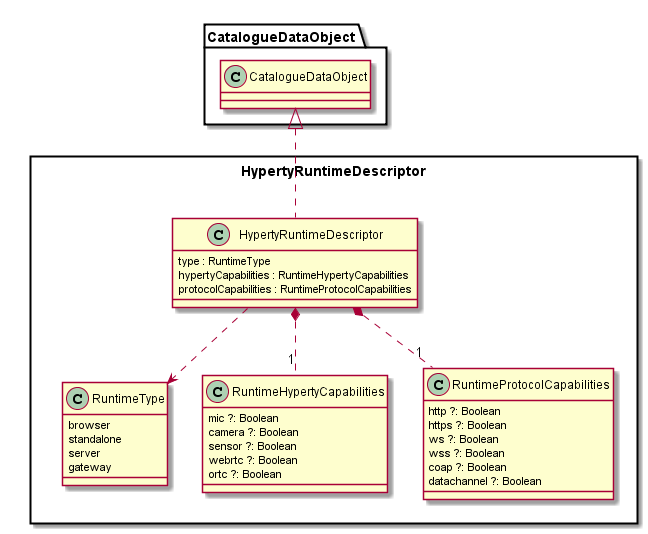
reTHINK-project/dev-service-framework keeps this PlantUML diagram as docs/datamodel/Hyperty-Runtime-Descriptor-Data-Object-Model.png. Above is the earlier version.
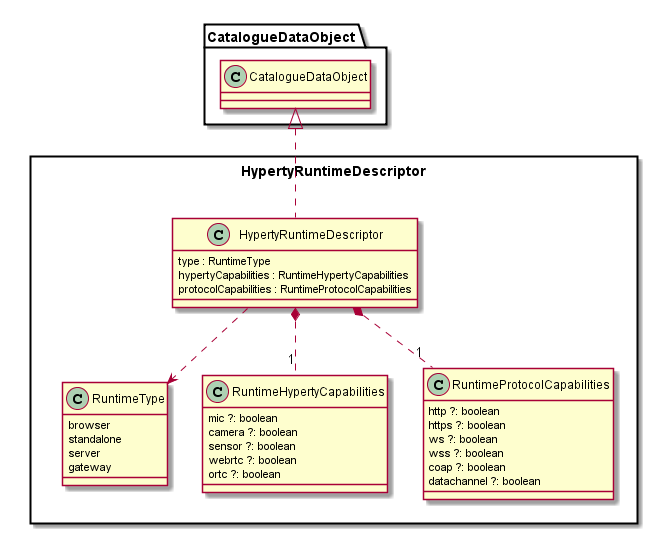
The same file after the commit.

Commit message:
Message model corrected

What changed in the source:
```diff
@@ -16,30 +16,25 @@
 	}
 
 	class RuntimeHypertyCapabilities {
-		mic ?: Boolean
-		camera ?: Boolean
-		sensor ?: Boolean
-		webrtc ?: Boolean
-		ortc ?: Boolean
+		mic ?: boolean
+		camera ?: boolean
+		sensor ?: boolean
+		webrtc ?: boolean
+		ortc ?: boolean
 	}
 
 	class RuntimeProtocolCapabilities {
-		http ?: Boolean
-		https ?: Boolean
-		ws ?: Boolean
-		wss ?: Boolean
-		coap ?: Boolean
-		datachannel ?: Boolean
+		http ?: boolean
+		https ?: boolean
+		ws ?: boolean
+		wss ?: boolean
+		coap ?: boolean
+		datachannel ?: boolean
 	}
 
-
-
 	HypertyRuntimeDescriptor ..> RuntimeType
-
 	HypertyRuntimeDescriptor *.. "1" RuntimeHypertyCapabilities
-
 	HypertyRuntimeDescriptor *.. "1" RuntimeProtocolCapabilities
-
 	HypertyRuntimeDescriptor .up.|> CatalogueDataObject.CatalogueDataObject
 
 }
```
